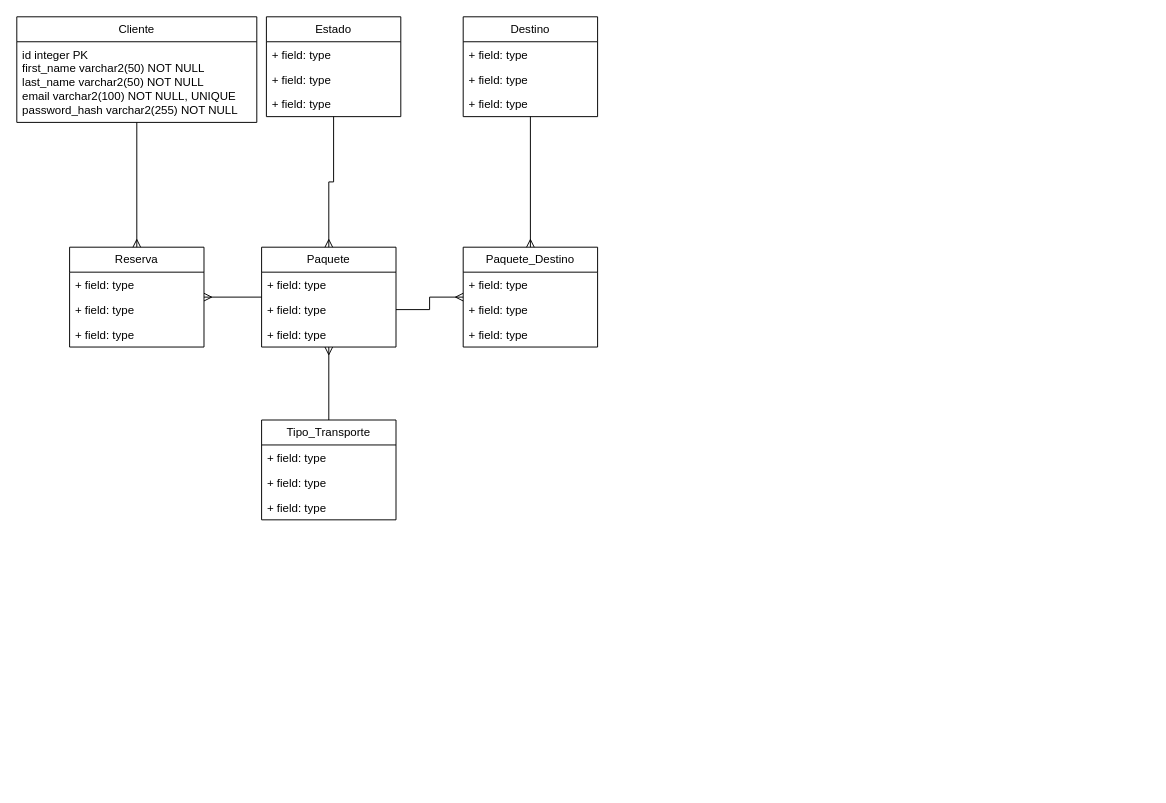
Earlier version of the draw.io diagram docs/BD Viaje Aventura.drawio (Sn1perlol/Viajes_Aventura-EVA4.JPM). Source tidied: cells renumbered, new cells numbered last; positions are measured from the earlier drawing's top-left corner, leaving out a move shared by most shapes. Both pictures are drawn from the tidied source at 96%, with x=0, y=0 at pixel (16, 16).
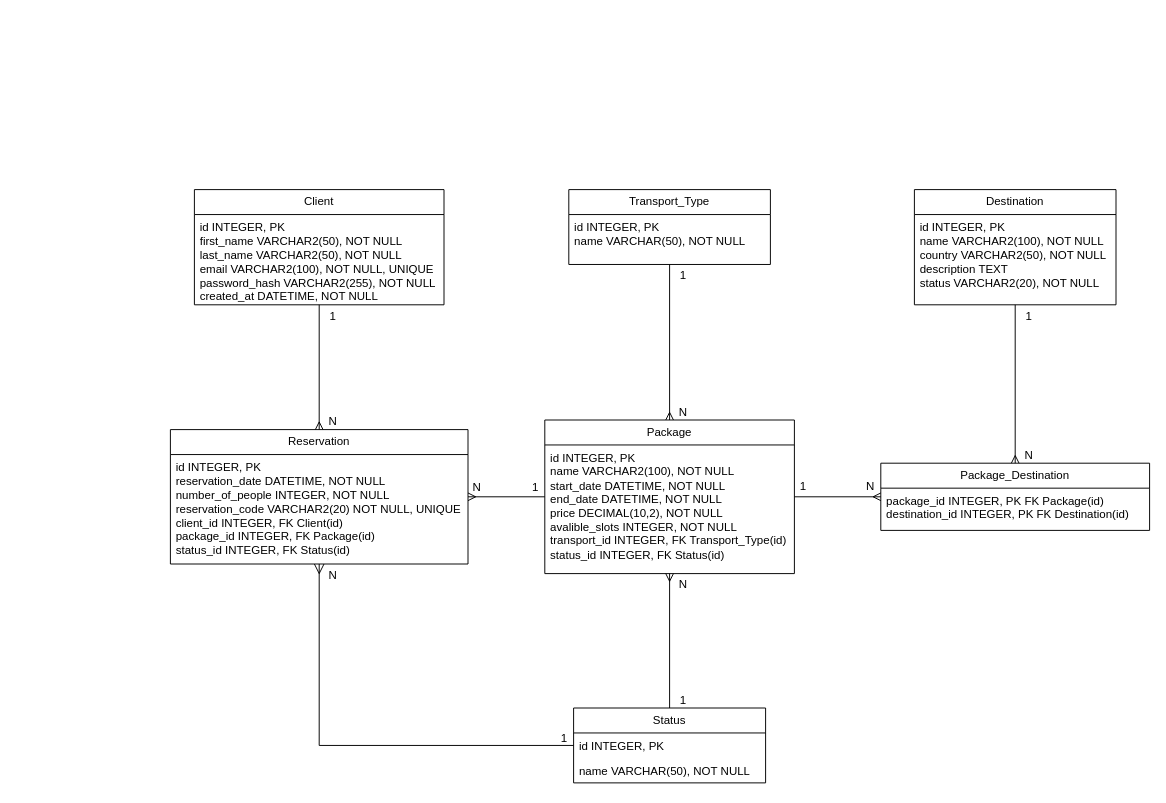
After the change.

Change to the diagram source:
```diff
@@
+    <mxCell id="34" style="edgeStyle=orthogonalEdgeStyle;rounded=0;jettySize=auto;html=1;exitX=0.5;exitY=1;exitDx=0;exitDy=0;entryX=0;entryY=0.5;entryDx=0;entryDy=0;fontSize=12;defaultLabelBackgroundColor=page;labelPadding=0 4;startSize=8;endSize=8;startArrow=ERmany;startFill=0;endArrow=none;endFill=0;" parent="1" edge="1" source="4" target="31">
+      <mxGeometry relative="1" as="geometry" />
+    </mxCell>
-    <mxCell id="4" value="Reserva" style="swimlane;fontStyle=0;horizontal=1;startSize=26;fillColor=none;whiteSpace=wrap;html=1;" parent="1" vertex="1">
-      <mxGeometry x="55" y="240" width="140" height="104" as="geometry" />
+    <mxCell id="4" value="Reservation" style="swimlane;fontStyle=0;horizontal=1;startSize=26;fillColor=none;whiteSpace=wrap;html=1;" parent="1" vertex="1">
+      <mxGeometry x="160" y="430" width="310" height="140" as="geometry" />
     </mxCell>
-    <mxCell id="5" value="+ field: type" style="text;strokeColor=none;fillColor=none;align=left;verticalAlign=top;spacingLeft=4;spacingRight=4;overflow=hidden;whiteSpace=wrap;html=1;" parent="4" vertex="1">
-      <mxGeometry y="26" width="140" height="26" as="geometry" />
+    <mxCell id="5" value="id INTEGER, PK&lt;div&gt;reservation_date DATETIME, NOT NULL&lt;/div&gt;&lt;div&gt;number_of_people INTEGER, NOT NULL&lt;/div&gt;&lt;div&gt;reservation_code VARCHAR2(20) NOT NULL, UNIQUE&lt;/div&gt;&lt;div&gt;client_id INTEGER, FK Client(id)&lt;/div&gt;&lt;div&gt;package_id INTEGER, FK Package(id)&lt;/div&gt;&lt;div&gt;status_id INTEGER, FK Status(id)&lt;/div&gt;" style="text;strokeColor=none;fillColor=none;align=left;verticalAlign=top;spacingLeft=4;spacingRight=4;overflow=hidden;whiteSpace=wrap;html=1;" parent="4" vertex="1">
+      <mxGeometry y="26" width="310" height="114" as="geometry" />
     </mxCell>
-    <mxCell id="6" value="+ field: type" style="text;strokeColor=none;fillColor=none;align=left;verticalAlign=top;spacingLeft=4;spacingRight=4;overflow=hidden;whiteSpace=wrap;html=1;" parent="4" vertex="1">
-      <mxGeometry y="52" width="140" height="26" as="geometry" />
-    </mxCell>
-    <mxCell id="7" value="+ field: type" style="text;strokeColor=none;fillColor=none;align=left;verticalAlign=top;spacingLeft=4;spacingRight=4;overflow=hidden;whiteSpace=wrap;html=1;" parent="4" vertex="1">
-      <mxGeometry y="78" width="140" height="26" as="geometry" />
-    </mxCell>
-    <mxCell id="8" value="Cliente" style="swimlane;fontStyle=0;horizontal=1;startSize=26;fillColor=none;whiteSpace=wrap;html=1;" parent="1" vertex="1">
-      <mxGeometry width="250" height="110" as="geometry" />
+    <mxCell id="8" value="Client" style="swimlane;fontStyle=0;horizontal=1;startSize=26;fillColor=none;whiteSpace=wrap;html=1;" parent="1" vertex="1">
+      <mxGeometry x="185" y="180" width="260" height="120" as="geometry" />
     </mxCell>
-    <mxCell id="9" value="id integer PK&lt;div&gt;first_name varchar2(50) NOT NULL&lt;/div&gt;&lt;div&gt;last_name varchar2(50) NOT NULL&lt;/div&gt;&lt;div&gt;email varchar2(100) NOT NULL, UNIQUE&lt;/div&gt;&lt;div&gt;password_hash varchar2(255) NOT NULL&lt;/div&gt;" style="text;strokeColor=none;fillColor=none;align=left;verticalAlign=top;spacingLeft=4;spacingRight=4;overflow=hidden;whiteSpace=wrap;html=1;" parent="8" vertex="1">
-      <mxGeometry y="26" width="250" height="84" as="geometry" />
+    <mxCell id="9" value="id INTEGER, PK&lt;div&gt;first_name VARCHAR2(50), NOT NULL&lt;/div&gt;&lt;div&gt;last_name&amp;nbsp;&lt;span style=&quot;background-color: transparent; color: light-dark(#000000, var(--ge-light-color, #ffffff));&quot;&gt;VARCHAR2(&lt;/span&gt;&lt;span style=&quot;background-color: transparent; color: light-dark(#000000, var(--ge-light-color, #ffffff));&quot;&gt;50), NOT NULL&lt;/span&gt;&lt;/div&gt;&lt;div&gt;email VARCHAR2(100), NOT NULL, UNIQUE&lt;/div&gt;&lt;div&gt;password_hash VARCHAR2(255), NOT NULL&lt;/div&gt;&lt;div&gt;created_at DATETIME, NOT NULL&lt;/div&gt;" style="text;strokeColor=none;fillColor=none;align=left;verticalAlign=top;spacingLeft=4;spacingRight=4;overflow=hidden;whiteSpace=wrap;html=1;" parent="8" vertex="1">
+      <mxGeometry y="26" width="260" height="94" as="geometry" />
     </mxCell>
-    <mxCell id="10" style="edgeStyle=orthogonalEdgeStyle;rounded=0;jettySize=auto;html=1;exitX=0;exitY=0.5;exitDx=0;exitDy=0;entryX=1;entryY=0.5;entryDx=0;entryDy=0;defaultLabelBackgroundColor=page;labelPadding=0 4;endArrow=none;endFill=0;startArrow=ERmany;startFill=0;" parent="1" edge="1" source="12" target="24">
-      <mxGeometry x="0.01" relative="1" as="geometry" />
+    <mxCell id="10" style="edgeStyle=orthogonalEdgeStyle;rounded=0;jettySize=auto;html=1;exitX=0;exitY=0.5;exitDx=0;exitDy=0;entryX=1;entryY=0.5;entryDx=0;entryDy=0;defaultLabelBackgroundColor=page;labelPadding=0 4;endArrow=none;endFill=0;startArrow=ERmany;startFill=0;" parent="1" edge="1" source="12" target="22">
+      <mxGeometry relative="1" as="geometry" />
     </mxCell>
-    <mxCell id="11" style="edgeStyle=orthogonalEdgeStyle;rounded=0;jettySize=auto;html=1;exitX=0.5;exitY=0;exitDx=0;exitDy=0;entryX=0.5;entryY=1;entryDx=0;entryDy=0;defaultLabelBackgroundColor=page;labelPadding=0 4;startArrow=ERmany;startFill=0;endArrow=none;endFill=0;" parent="1" edge="1" source="12" target="16">
+    <mxCell id="11" style="edgeStyle=orthogonalEdgeStyle;rounded=0;jettySize=auto;html=1;exitX=0.5;exitY=0;exitDx=0;exitDy=0;entryX=0.5;entryY=1;entryDx=0;entryDy=0;defaultLabelBackgroundColor=page;labelPadding=0 4;startArrow=ERmany;startFill=0;endArrow=none;endFill=0;" parent="1" edge="1" source="12" target="35">
       <mxGeometry relative="1" as="geometry" />
     </mxCell>
-    <mxCell id="12" value="Paquete_Destino" style="swimlane;fontStyle=0;horizontal=1;startSize=26;fillColor=none;whiteSpace=wrap;html=1;" parent="1" vertex="1">
-      <mxGeometry x="465" y="240" width="140" height="104" as="geometry" />
+    <mxCell id="12" value="Package_Destination" style="swimlane;fontStyle=0;horizontal=1;startSize=26;fillColor=none;whiteSpace=wrap;html=1;" parent="1" vertex="1">
+      <mxGeometry x="900" y="465" width="280" height="70" as="geometry" />
     </mxCell>
-    <mxCell id="13" value="+ field: type" style="text;strokeColor=none;fillColor=none;align=left;verticalAlign=top;spacingLeft=4;spacingRight=4;overflow=hidden;whiteSpace=wrap;html=1;" parent="12" vertex="1">
-      <mxGeometry y="26" width="140" height="26" as="geometry" />
+    <mxCell id="13" value="package_id INTEGER, PK FK Package(id)&lt;div&gt;destination_id INTEGER, PK FK Destination(id)&lt;/div&gt;" style="text;strokeColor=none;fillColor=none;align=left;verticalAlign=top;spacingLeft=4;spacingRight=4;overflow=hidden;whiteSpace=wrap;html=1;" parent="12" vertex="1">
+      <mxGeometry y="26" width="280" height="44" as="geometry" />
     </mxCell>
-    <mxCell id="14" value="+ field: type" style="text;strokeColor=none;fillColor=none;align=left;verticalAlign=top;spacingLeft=4;spacingRight=4;overflow=hidden;whiteSpace=wrap;html=1;" parent="12" vertex="1">
-      <mxGeometry y="52" width="140" height="26" as="geometry" />
-    </mxCell>
-    <mxCell id="15" value="+ field: type" style="text;strokeColor=none;fillColor=none;align=left;verticalAlign=top;spacingLeft=4;spacingRight=4;overflow=hidden;whiteSpace=wrap;html=1;" parent="12" vertex="1">
-      <mxGeometry y="78" width="140" height="26" as="geometry" />
-    </mxCell>
-    <mxCell id="16" value="Destino" style="swimlane;fontStyle=0;horizontal=1;startSize=26;fillColor=none;whiteSpace=wrap;html=1;" parent="1" vertex="1">
-      <mxGeometry x="465" width="140" height="104" as="geometry" />
-    </mxCell>
-    <mxCell id="17" value="+ field: type" style="text;strokeColor=none;fillColor=none;align=left;verticalAlign=top;spacingLeft=4;spacingRight=4;overflow=hidden;whiteSpace=wrap;html=1;" parent="16" vertex="1">
-      <mxGeometry y="26" width="140" height="26" as="geometry" />
-    </mxCell>
-    <mxCell id="18" value="+ field: type" style="text;strokeColor=none;fillColor=none;align=left;verticalAlign=top;spacingLeft=4;spacingRight=4;overflow=hidden;whiteSpace=wrap;html=1;" parent="16" vertex="1">
-      <mxGeometry y="52" width="140" height="26" as="geometry" />
-    </mxCell>
-    <mxCell id="19" value="+ field: type" style="text;strokeColor=none;fillColor=none;align=left;verticalAlign=top;spacingLeft=4;spacingRight=4;overflow=hidden;whiteSpace=wrap;html=1;" parent="16" vertex="1">
-      <mxGeometry y="78" width="140" height="26" as="geometry" />
-    </mxCell>
-    <mxCell id="20" style="edgeStyle=orthogonalEdgeStyle;rounded=0;jettySize=auto;html=1;exitX=0.5;exitY=1;exitDx=0;exitDy=0;entryX=0.5;entryY=0;entryDx=0;entryDy=0;defaultLabelBackgroundColor=page;labelPadding=0 4;endArrow=none;endFill=0;startArrow=ERmany;startFill=0;" parent="1" edge="1" source="22" target="26">
+    <mxCell id="20" style="edgeStyle=orthogonalEdgeStyle;rounded=0;jettySize=auto;html=1;exitX=0.5;exitY=1;exitDx=0;exitDy=0;defaultLabelBackgroundColor=page;labelPadding=0 4;endArrow=none;endFill=0;startArrow=ERmany;startFill=0;entryX=0.5;entryY=0;entryDx=0;entryDy=0;" parent="1" edge="1" source="22" target="30">
       <mxGeometry relative="1" as="geometry" />
     </mxCell>
-    <mxCell id="21" style="edgeStyle=orthogonalEdgeStyle;rounded=0;jettySize=auto;html=1;exitX=0.5;exitY=0;exitDx=0;exitDy=0;entryX=0.5;entryY=1;entryDx=0;entryDy=0;defaultLabelBackgroundColor=page;labelPadding=0 4;startArrow=ERmany;startFill=0;endArrow=none;endFill=0;" parent="1" edge="1" source="22" target="30">
+    <mxCell id="21" style="edgeStyle=orthogonalEdgeStyle;rounded=0;jettySize=auto;html=1;exitX=0.5;exitY=0;exitDx=0;exitDy=0;defaultLabelBackgroundColor=page;labelPadding=0 4;startArrow=ERmany;startFill=0;endArrow=none;endFill=0;entryX=0.5;entryY=1;entryDx=0;entryDy=0;" parent="1" edge="1" source="22" target="26">
       <mxGeometry x="0.01" relative="1" as="geometry" />
     </mxCell>
-    <mxCell id="22" value="Paquete" style="swimlane;fontStyle=0;horizontal=1;startSize=26;fillColor=none;whiteSpace=wrap;html=1;" parent="1" vertex="1">
-      <mxGeometry x="255" y="240" width="140" height="104" as="geometry" />
+    <mxCell id="22" value="Package" style="swimlane;fontStyle=0;horizontal=1;startSize=26;fillColor=none;whiteSpace=wrap;html=1;" parent="1" vertex="1">
+      <mxGeometry x="550" y="420" width="260" height="160" as="geometry" />
     </mxCell>
-    <mxCell id="23" value="+ field: type" style="text;strokeColor=none;fillColor=none;align=left;verticalAlign=top;spacingLeft=4;spacingRight=4;overflow=hidden;whiteSpace=wrap;html=1;" parent="22" vertex="1">
-      <mxGeometry y="26" width="140" height="26" as="geometry" />
+    <mxCell id="23" value="id INTEGER, PK&lt;div&gt;name VARCHAR2(100), NOT NULL&lt;/div&gt;&lt;div&gt;start_date DATETIME, NOT NULL&lt;/div&gt;&lt;div&gt;end_date DATETIME, NOT NULL&lt;/div&gt;&lt;div&gt;price DECIMAL(10,2), NOT NULL&lt;/div&gt;&lt;div&gt;avalible_slots INTEGER, NOT NULL&lt;/div&gt;&lt;div&gt;transport_id INTEGER, FK Transport_Type(id)&lt;/div&gt;&lt;div&gt;status_id INTEGER, FK Status(id)&lt;/div&gt;" style="text;strokeColor=none;fillColor=none;align=left;verticalAlign=top;spacingLeft=4;spacingRight=4;overflow=hidden;whiteSpace=wrap;html=1;" parent="22" vertex="1">
+      <mxGeometry y="26" width="260" height="134" as="geometry" />
     </mxCell>
-    <mxCell id="24" value="+ field: type" style="text;strokeColor=none;fillColor=none;align=left;verticalAlign=top;spacingLeft=4;spacingRight=4;overflow=hidden;points=[[0,0.5],[1,0.5]];portConstraint=eastwest;whiteSpace=wrap;html=1;" parent="22" vertex="1">
-      <mxGeometry y="52" width="140" height="26" as="geometry" />
-    </mxCell>
-    <mxCell id="25" value="+ field: type" style="text;strokeColor=none;fillColor=none;align=left;verticalAlign=top;spacingLeft=4;spacingRight=4;overflow=hidden;whiteSpace=wrap;html=1;" parent="22" vertex="1">
-      <mxGeometry y="78" width="140" height="26" as="geometry" />
-    </mxCell>
-    <mxCell id="26" value="Tipo_Transporte" style="swimlane;fontStyle=0;horizontal=1;startSize=26;fillColor=none;whiteSpace=wrap;html=1;" parent="1" vertex="1">
-      <mxGeometry x="255" y="420" width="140" height="104" as="geometry" />
+    <mxCell id="26" value="Transport_Type" style="swimlane;fontStyle=0;horizontal=1;startSize=26;fillColor=none;whiteSpace=wrap;html=1;" parent="1" vertex="1">
+      <mxGeometry x="575" y="180" width="210" height="78" as="geometry" />
     </mxCell>
-    <mxCell id="27" value="+ field: type" style="text;strokeColor=none;fillColor=none;align=left;verticalAlign=top;spacingLeft=4;spacingRight=4;overflow=hidden;whiteSpace=wrap;html=1;" parent="26" vertex="1">
-      <mxGeometry y="26" width="140" height="26" as="geometry" />
+    <mxCell id="27" value="id INTEGER, PK&lt;div&gt;name VARCHAR(50), NOT NULL&lt;/div&gt;" style="text;strokeColor=none;fillColor=none;align=left;verticalAlign=top;spacingLeft=4;spacingRight=4;overflow=hidden;whiteSpace=wrap;html=1;" parent="26" vertex="1">
+      <mxGeometry y="26" width="210" height="52" as="geometry" />
     </mxCell>
-    <mxCell id="28" value="+ field: type" style="text;strokeColor=none;fillColor=none;align=left;verticalAlign=top;spacingLeft=4;spacingRight=4;overflow=hidden;whiteSpace=wrap;html=1;" parent="26" vertex="1">
-      <mxGeometry y="52" width="140" height="26" as="geometry" />
-    </mxCell>
-    <mxCell id="29" value="+ field: type" style="text;strokeColor=none;fillColor=none;align=left;verticalAlign=top;spacingLeft=4;spacingRight=4;overflow=hidden;whiteSpace=wrap;html=1;" parent="26" vertex="1">
-      <mxGeometry y="78" width="140" height="26" as="geometry" />
-    </mxCell>
-    <mxCell id="30" value="Estado" style="swimlane;fontStyle=0;horizontal=1;startSize=26;fillColor=none;whiteSpace=wrap;html=1;" parent="1" vertex="1">
-      <mxGeometry x="260" width="140" height="104" as="geometry" />
+    <mxCell id="30" value="Status" style="swimlane;fontStyle=0;horizontal=1;startSize=26;fillColor=none;whiteSpace=wrap;html=1;" parent="1" vertex="1">
+      <mxGeometry x="580" y="720" width="200" height="78" as="geometry" />
     </mxCell>
-    <mxCell id="31" value="+ field: type" style="text;strokeColor=none;fillColor=none;align=left;verticalAlign=top;spacingLeft=4;spacingRight=4;overflow=hidden;points=[[0,0.5],[1,0.5]];portConstraint=eastwest;whiteSpace=wrap;html=1;" parent="30" vertex="1">
-      <mxGeometry y="26" width="140" height="26" as="geometry" />
+    <mxCell id="31" value="id INTEGER, PK" style="text;strokeColor=none;fillColor=none;align=left;verticalAlign=top;spacingLeft=4;spacingRight=4;overflow=hidden;points=[[0,0.5],[1,0.5]];portConstraint=eastwest;whiteSpace=wrap;html=1;" parent="30" vertex="1">
+      <mxGeometry y="26" width="200" height="26" as="geometry" />
     </mxCell>
-    <mxCell id="32" value="+ field: type" style="text;strokeColor=none;fillColor=none;align=left;verticalAlign=top;spacingLeft=4;spacingRight=4;overflow=hidden;whiteSpace=wrap;html=1;" parent="30" vertex="1">
-      <mxGeometry y="52" width="140" height="26" as="geometry" />
+    <mxCell id="32" value="name VARCHAR(50), NOT NULL" style="text;strokeColor=none;fillColor=none;align=left;verticalAlign=top;spacingLeft=4;spacingRight=4;overflow=hidden;whiteSpace=wrap;html=1;" parent="30" vertex="1">
+      <mxGeometry y="52" width="200" height="26" as="geometry" />
     </mxCell>
-    <mxCell id="33" value="+ field: type" style="text;strokeColor=none;fillColor=none;align=left;verticalAlign=top;spacingLeft=4;spacingRight=4;overflow=hidden;whiteSpace=wrap;html=1;" parent="30" vertex="1">
-      <mxGeometry y="78" width="140" height="26" as="geometry" />
-    </mxCell>
+    <mxCell id="35" value="Destination" style="swimlane;fontStyle=0;horizontal=1;startSize=26;fillColor=none;whiteSpace=wrap;html=1;" parent="1" vertex="1">
+      <mxGeometry x="935" y="180" width="210" height="120" as="geometry" />
+    </mxCell>
+    <mxCell id="36" value="id INTEGER, PK&lt;div&gt;name VARCHAR2(100), NOT NULL&lt;/div&gt;&lt;div&gt;country VARCHAR2(50), NOT NULL&lt;/div&gt;&lt;div&gt;description TEXT&lt;/div&gt;&lt;div&gt;status VARCHAR2(20), NOT NULL&lt;/div&gt;" style="text;strokeColor=none;fillColor=none;align=left;verticalAlign=top;spacingLeft=4;spacingRight=4;overflow=hidden;whiteSpace=wrap;html=1;" parent="35" vertex="1">
+      <mxGeometry y="26" width="210" height="94" as="geometry" />
+    </mxCell>
+    <mxCell id="37" value="&lt;font style=&quot;font-size: 12px;&quot;&gt;1&lt;/font&gt;" style="text;html=1;whiteSpace=wrap;strokeColor=none;fillColor=none;align=center;verticalAlign=middle;rounded=0;fontSize=16;" parent="1" vertex="1">
+      <mxGeometry x="320" y="300" width="19" height="20" as="geometry" />
+    </mxCell>
+    <mxCell id="38" value="&lt;font style=&quot;font-size: 12px;&quot;&gt;N&lt;/font&gt;" style="text;html=1;whiteSpace=wrap;strokeColor=none;fillColor=none;align=center;verticalAlign=middle;rounded=0;fontSize=16;" parent="1" vertex="1">
+      <mxGeometry x="320" y="410" width="19" height="20" as="geometry" />
+    </mxCell>
+    <mxCell id="39" value="&lt;font style=&quot;font-size: 12px;&quot;&gt;N&lt;/font&gt;" style="text;html=1;whiteSpace=wrap;strokeColor=none;fillColor=none;align=center;verticalAlign=middle;rounded=0;fontSize=16;" parent="1" vertex="1">
+      <mxGeometry x="470" y="478" width="19" height="20" as="geometry" />
+    </mxCell>
+    <mxCell id="40" value="&lt;font style=&quot;font-size: 12px;&quot;&gt;1&lt;/font&gt;" style="text;html=1;whiteSpace=wrap;strokeColor=none;fillColor=none;align=center;verticalAlign=middle;rounded=0;fontSize=16;" parent="1" vertex="1">
+      <mxGeometry x="531" y="478" width="19" height="20" as="geometry" />
+    </mxCell>
+    <mxCell id="41" value="&lt;font style=&quot;font-size: 12px;&quot;&gt;1&lt;/font&gt;" style="text;html=1;whiteSpace=wrap;strokeColor=none;fillColor=none;align=center;verticalAlign=middle;rounded=0;fontSize=16;" parent="1" vertex="1">
+      <mxGeometry x="810" y="477" width="19" height="20" as="geometry" />
+    </mxCell>
+    <mxCell id="42" value="&lt;font style=&quot;font-size: 12px;&quot;&gt;N&lt;/font&gt;" style="text;html=1;whiteSpace=wrap;strokeColor=none;fillColor=none;align=center;verticalAlign=middle;rounded=0;fontSize=16;" parent="1" vertex="1">
+      <mxGeometry x="880" y="477" width="19" height="20" as="geometry" />
+    </mxCell>
+    <mxCell id="43" value="&lt;font style=&quot;font-size: 12px;&quot;&gt;N&lt;/font&gt;" style="text;html=1;whiteSpace=wrap;strokeColor=none;fillColor=none;align=center;verticalAlign=middle;rounded=0;fontSize=16;" parent="1" vertex="1">
+      <mxGeometry x="1045" y="445" width="19" height="20" as="geometry" />
+    </mxCell>
+    <mxCell id="44" value="&lt;font style=&quot;font-size: 12px;&quot;&gt;1&lt;/font&gt;" style="text;html=1;whiteSpace=wrap;strokeColor=none;fillColor=none;align=center;verticalAlign=middle;rounded=0;fontSize=16;" parent="1" vertex="1">
+      <mxGeometry x="1045" y="300" width="19" height="20" as="geometry" />
+    </mxCell>
+    <mxCell id="45" value="&lt;font style=&quot;font-size: 12px;&quot;&gt;1&lt;/font&gt;" style="text;html=1;whiteSpace=wrap;strokeColor=none;fillColor=none;align=center;verticalAlign=middle;rounded=0;fontSize=16;" parent="1" vertex="1">
+      <mxGeometry x="685" y="700" width="19" height="20" as="geometry" />
+    </mxCell>
+    <mxCell id="46" value="&lt;font style=&quot;font-size: 12px;&quot;&gt;N&lt;/font&gt;" style="text;html=1;whiteSpace=wrap;strokeColor=none;fillColor=none;align=center;verticalAlign=middle;rounded=0;fontSize=16;" parent="1" vertex="1">
+      <mxGeometry x="685" y="580" width="19" height="20" as="geometry" />
+    </mxCell>
+    <mxCell id="47" value="&lt;font style=&quot;font-size: 12px;&quot;&gt;1&lt;/font&gt;" style="text;html=1;whiteSpace=wrap;strokeColor=none;fillColor=none;align=center;verticalAlign=middle;rounded=0;fontSize=16;" parent="1" vertex="1">
+      <mxGeometry x="685" y="258" width="19" height="20" as="geometry" />
+    </mxCell>
+    <mxCell id="48" value="&lt;font style=&quot;font-size: 12px;&quot;&gt;N&lt;/font&gt;" style="text;html=1;whiteSpace=wrap;strokeColor=none;fillColor=none;align=center;verticalAlign=middle;rounded=0;fontSize=16;" parent="1" vertex="1">
+      <mxGeometry x="685" y="400" width="19" height="20" as="geometry" />
+    </mxCell>
+    <mxCell id="49" value="&lt;font style=&quot;font-size: 12px;&quot;&gt;N&lt;/font&gt;" style="text;html=1;whiteSpace=wrap;strokeColor=none;fillColor=none;align=center;verticalAlign=middle;rounded=0;fontSize=16;" parent="1" vertex="1">
+      <mxGeometry x="320" y="570" width="19" height="20" as="geometry" />
+    </mxCell>
+    <mxCell id="50" value="&lt;font style=&quot;font-size: 12px;&quot;&gt;1&lt;/font&gt;" style="text;html=1;whiteSpace=wrap;strokeColor=none;fillColor=none;align=center;verticalAlign=middle;rounded=0;fontSize=16;" parent="1" vertex="1">
+      <mxGeometry x="561" y="740" width="19" height="20" as="geometry" />
+    </mxCell>
```
